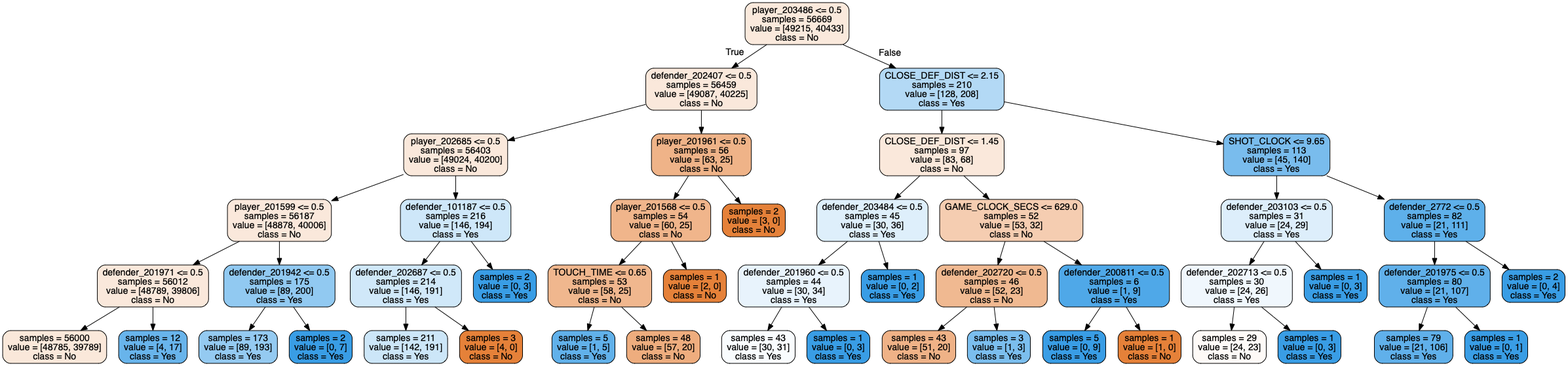
Before: forest_tree_new4.png, a diagram exported from Graphviz (tianyi5309/303project). Its source is kept beside it as forest_tree_new4.dot.
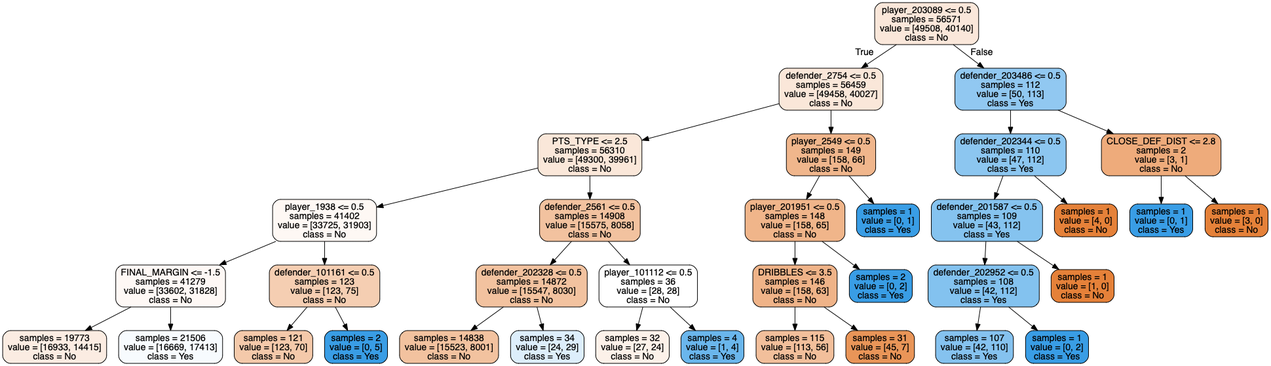
After the change.

The edit, as a diff of the source:
```diff
@@ -1,97 +1,73 @@
 digraph Tree {
 node [shape=box, style="filled, rounded", color="black", fontname=helvetica] ;
 edge [fontname=helvetica] ;
-0 [label="player_203486 <= 0.5\nsamples = 56669\nvalue = [49215, 40433]\nclass = No", fillcolor="#fae9dc"] ;
-1 [label="defender_202407 <= 0.5\nsamples = 56459\nvalue = [49087, 40225]\nclass = No", fillcolor="#fae8db"] ;
+0 [label="player_203089 <= 0.5\nsamples = 56571\nvalue = [49508, 40140]\nclass = No", fillcolor="#fae7da"] ;
+1 [label="defender_2754 <= 0.5\nsamples = 56459\nvalue = [49458, 40027]\nclass = No", fillcolor="#fae7d9"] ;
 0 -> 1 [labeldistance=2.5, labelangle=45, headlabel="True"] ;
-2 [label="player_202685 <= 0.5\nsamples = 56403\nvalue = [49024, 40200]\nclass = No", fillcolor="#fae8db"] ;
+2 [label="PTS_TYPE <= 2.5\nsamples = 56310\nvalue = [49300, 39961]\nclass = No", fillcolor="#fae7d9"] ;
 1 -> 2 ;
-3 [label="player_201599 <= 0.5\nsamples = 56187\nvalue = [48878, 40006]\nclass = No", fillcolor="#fae8db"] ;
+3 [label="player_1938 <= 0.5\nsamples = 41402\nvalue = [33725, 31903]\nclass = No", fillcolor="#fef8f4"] ;
 2 -> 3 ;
-4 [label="defender_201971 <= 0.5\nsamples = 56012\nvalue = [48789, 39806]\nclass = No", fillcolor="#fae8db"] ;
+4 [label="FINAL_MARGIN <= -1.5\nsamples = 41279\nvalue = [33602, 31828]\nclass = No", fillcolor="#fef8f5"] ;
 3 -> 4 ;
-5 [label="samples = 56000\nvalue = [48785, 39789]\nclass = No", fillcolor="#fae8da"] ;
+5 [label="samples = 19773\nvalue = [16933, 14415]\nclass = No", fillcolor="#fbece2"] ;
 4 -> 5 ;
-6 [label="samples = 12\nvalue = [4, 17]\nclass = Yes", fillcolor="#68b4eb"] ;
+6 [label="samples = 21506\nvalue = [16669, 17413]\nclass = Yes", fillcolor="#f7fbfe"] ;
 4 -> 6 ;
-7 [label="defender_201942 <= 0.5\nsamples = 175\nvalue = [89, 200]\nclass = Yes", fillcolor="#91c9f1"] ;
+7 [label="defender_101161 <= 0.5\nsamples = 123\nvalue = [123, 75]\nclass = No", fillcolor="#f5ceb2"] ;
 3 -> 7 ;
-8 [label="samples = 173\nvalue = [89, 193]\nclass = Yes", fillcolor="#94caf1"] ;
+8 [label="samples = 121\nvalue = [123, 70]\nclass = No", fillcolor="#f4c9aa"] ;
 7 -> 8 ;
-9 [label="samples = 2\nvalue = [0, 7]\nclass = Yes", fillcolor="#399de5"] ;
+9 [label="samples = 2\nvalue = [0, 5]\nclass = Yes", fillcolor="#399de5"] ;
 7 -> 9 ;
-10 [label="defender_101187 <= 0.5\nsamples = 216\nvalue = [146, 194]\nclass = Yes", fillcolor="#cee7f9"] ;
+10 [label="defender_2561 <= 0.5\nsamples = 14908\nvalue = [15575, 8058]\nclass = No", fillcolor="#f2c29f"] ;
 2 -> 10 ;
-11 [label="defender_202687 <= 0.5\nsamples = 214\nvalue = [146, 191]\nclass = Yes", fillcolor="#d0e8f9"] ;
+11 [label="defender_202328 <= 0.5\nsamples = 14872\nvalue = [15547, 8030]\nclass = No", fillcolor="#f2c29f"] ;
 10 -> 11 ;
-12 [label="samples = 211\nvalue = [142, 191]\nclass = Yes", fillcolor="#cce6f8"] ;
+12 [label="samples = 14838\nvalue = [15523, 8001]\nclass = No", fillcolor="#f2c29f"] ;
 11 -> 12 ;
-13 [label="samples = 3\nvalue = [4, 0]\nclass = No", fillcolor="#e58139"] ;
+13 [label="samples = 34\nvalue = [24, 29]\nclass = Yes", fillcolor="#ddeefb"] ;
 11 -> 13 ;
-14 [label="samples = 2\nvalue = [0, 3]\nclass = Yes", fillcolor="#399de5"] ;
+14 [label="player_101112 <= 0.5\nsamples = 36\nvalue = [28, 28]\nclass = No", fillcolor="#ffffff"] ;
 10 -> 14 ;
-15 [label="player_201961 <= 0.5\nsamples = 56\nvalue = [63, 25]\nclass = No", fillcolor="#efb388"] ;
-1 -> 15 ;
-16 [label="player_201568 <= 0.5\nsamples = 54\nvalue = [60, 25]\nclass = No", fillcolor="#f0b58b"] ;
-15 -> 16 ;
-17 [label="TOUCH_TIME <= 0.65\nsamples = 53\nvalue = [58, 25]\nclass = No", fillcolor="#f0b78e"] ;
-16 -> 17 ;
-18 [label="samples = 5\nvalue = [1, 5]\nclass = Yes", fillcolor="#61b1ea"] ;
+15 [label="samples = 32\nvalue = [27, 24]\nclass = No", fillcolor="#fcf1e9"] ;
+14 -> 15 ;
+16 [label="samples = 4\nvalue = [1, 4]\nclass = Yes", fillcolor="#6ab6ec"] ;
+14 -> 16 ;
+17 [label="player_2549 <= 0.5\nsamples = 149\nvalue = [158, 66]\nclass = No", fillcolor="#f0b68c"] ;
+1 -> 17 ;
+18 [label="player_201951 <= 0.5\nsamples = 148\nvalue = [158, 65]\nclass = No", fillcolor="#f0b58a"] ;
 17 -> 18 ;
-19 [label="samples = 48\nvalue = [57, 20]\nclass = No", fillcolor="#eead7e"] ;
-17 -> 19 ;
-20 [label="samples = 1\nvalue = [2, 0]\nclass = No", fillcolor="#e58139"] ;
-16 -> 20 ;
-21 [label="samples = 2\nvalue = [3, 0]\nclass = No", fillcolor="#e58139"] ;
-15 -> 21 ;
-22 [label="CLOSE_DEF_DIST <= 2.15\nsamples = 210\nvalue = [128, 208]\nclass = Yes", fillcolor="#b3d9f5"] ;
-0 -> 22 [labeldistance=2.5, labelangle=-45, headlabel="False"] ;
-23 [label="CLOSE_DEF_DIST <= 1.45\nsamples = 97\nvalue = [83, 68]\nclass = No", fillcolor="#fae8db"] ;
-22 -> 23 ;
-24 [label="defender_203484 <= 0.5\nsamples = 45\nvalue = [30, 36]\nclass = Yes", fillcolor="#deeffb"] ;
-23 -> 24 ;
-25 [label="defender_201960 <= 0.5\nsamples = 44\nvalue = [30, 34]\nclass = Yes", fillcolor="#e8f3fc"] ;
+19 [label="DRIBBLES <= 3.5\nsamples = 146\nvalue = [158, 63]\nclass = No", fillcolor="#efb388"] ;
+18 -> 19 ;
+20 [label="samples = 115\nvalue = [113, 56]\nclass = No", fillcolor="#f2bf9b"] ;
+19 -> 20 ;
+21 [label="samples = 31\nvalue = [45, 7]\nclass = No", fillcolor="#e99558"] ;
+19 -> 21 ;
+22 [label="samples = 2\nvalue = [0, 2]\nclass = Yes", fillcolor="#399de5"] ;
+18 -> 22 ;
+23 [label="samples = 1\nvalue = [0, 1]\nclass = Yes", fillcolor="#399de5"] ;
+17 -> 23 ;
+24 [label="defender_203486 <= 0.5\nsamples = 112\nvalue = [50, 113]\nclass = Yes", fillcolor="#91c8f1"] ;
+0 -> 24 [labeldistance=2.5, labelangle=-45, headlabel="False"] ;
+25 [label="defender_202344 <= 0.5\nsamples = 110\nvalue = [47, 112]\nclass = Yes", fillcolor="#8cc6f0"] ;
 24 -> 25 ;
-26 [label="samples = 43\nvalue = [30, 31]\nclass = Yes", fillcolor="#f9fcfe"] ;
+26 [label="defender_201587 <= 0.5\nsamples = 109\nvalue = [43, 112]\nclass = Yes", fillcolor="#85c3ef"] ;
 25 -> 26 ;
-27 [label="samples = 1\nvalue = [0, 3]\nclass = Yes", fillcolor="#399de5"] ;
-25 -> 27 ;
-28 [label="samples = 1\nvalue = [0, 2]\nclass = Yes", fillcolor="#399de5"] ;
-24 -> 28 ;
-29 [label="GAME_CLOCK_SECS <= 629.0\nsamples = 52\nvalue = [53, 32]\nclass = No", fillcolor="#f5cdb1"] ;
-23 -> 29 ;
-30 [label="defender_202720 <= 0.5\nsamples = 46\nvalue = [52, 23]\nclass = No", fillcolor="#f0b991"] ;
-29 -> 30 ;
-31 [label="samples = 43\nvalue = [51, 20]\nclass = No", fillcolor="#efb287"] ;
-30 -> 31 ;
-32 [label="samples = 3\nvalue = [1, 3]\nclass = Yes", fillcolor="#7bbeee"] ;
-30 -> 32 ;
-33 [label="defender_200811 <= 0.5\nsamples = 6\nvalue = [1, 9]\nclass = Yes", fillcolor="#4fa8e8"] ;
-29 -> 33 ;
-34 [label="samples = 5\nvalue = [0, 9]\nclass = Yes", fillcolor="#399de5"] ;
-33 -> 34 ;
-35 [label="samples = 1\nvalue = [1, 0]\nclass = No", fillcolor="#e58139"] ;
-33 -> 35 ;
-36 [label="SHOT_CLOCK <= 9.65\nsamples = 113\nvalue = [45, 140]\nclass = Yes", fillcolor="#79bced"] ;
-22 -> 36 ;
-37 [label="defender_203103 <= 0.5\nsamples = 31\nvalue = [24, 29]\nclass = Yes", fillcolor="#ddeefb"] ;
-36 -> 37 ;
-38 [label="defender_202713 <= 0.5\nsamples = 30\nvalue = [24, 26]\nclass = Yes", fillcolor="#f0f7fd"] ;
-37 -> 38 ;
-39 [label="samples = 29\nvalue = [24, 23]\nclass = No", fillcolor="#fefaf7"] ;
-38 -> 39 ;
-40 [label="samples = 1\nvalue = [0, 3]\nclass = Yes", fillcolor="#399de5"] ;
-38 -> 40 ;
-41 [label="samples = 1\nvalue = [0, 3]\nclass = Yes", fillcolor="#399de5"] ;
-37 -> 41 ;
-42 [label="defender_2772 <= 0.5\nsamples = 82\nvalue = [21, 111]\nclass = Yes", fillcolor="#5eb0ea"] ;
-36 -> 42 ;
-43 [label="defender_201975 <= 0.5\nsamples = 80\nvalue = [21, 107]\nclass = Yes", fillcolor="#60b0ea"] ;
-42 -> 43 ;
-44 [label="samples = 79\nvalue = [21, 106]\nclass = Yes", fillcolor="#60b0ea"] ;
-43 -> 44 ;
-45 [label="samples = 1\nvalue = [0, 1]\nclass = Yes", fillcolor="#399de5"] ;
-43 -> 45 ;
-46 [label="samples = 2\nvalue = [0, 4]\nclass = Yes", fillcolor="#399de5"] ;
-42 -> 46 ;
+27 [label="defender_202952 <= 0.5\nsamples = 108\nvalue = [42, 112]\nclass = Yes", fillcolor="#83c2ef"] ;
+26 -> 27 ;
+28 [label="samples = 107\nvalue = [42, 110]\nclass = Yes", fillcolor="#85c2ef"] ;
+27 -> 28 ;
+29 [label="samples = 1\nvalue = [0, 2]\nclass = Yes", fillcolor="#399de5"] ;
+27 -> 29 ;
+30 [label="samples = 1\nvalue = [1, 0]\nclass = No", fillcolor="#e58139"] ;
+26 -> 30 ;
+31 [label="samples = 1\nvalue = [4, 0]\nclass = No", fillcolor="#e58139"] ;
+25 -> 31 ;
+32 [label="CLOSE_DEF_DIST <= 2.8\nsamples = 2\nvalue = [3, 1]\nclass = No", fillcolor="#eeab7b"] ;
+24 -> 32 ;
+33 [label="samples = 1\nvalue = [0, 1]\nclass = Yes", fillcolor="#399de5"] ;
+32 -> 33 ;
+34 [label="samples = 1\nvalue = [3, 0]\nclass = No", fillcolor="#e58139"] ;
+32 -> 34 ;
 }
```
